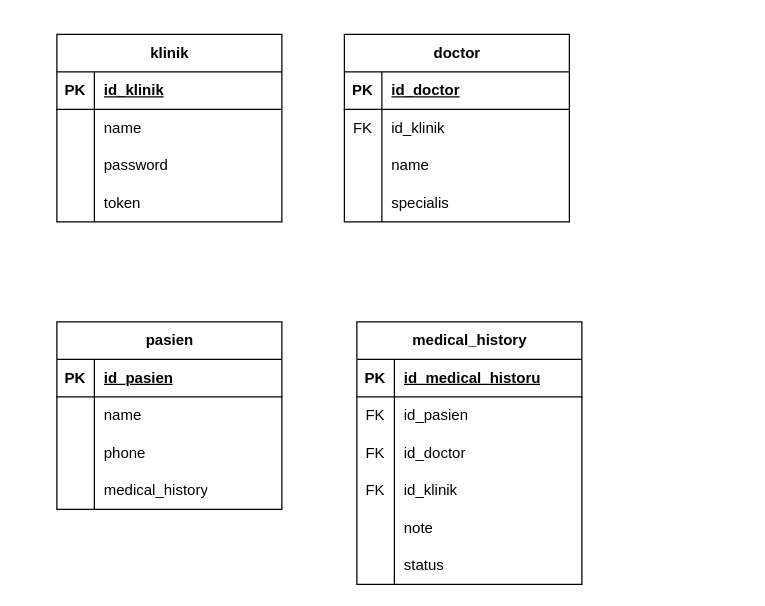
The draw.io diagram erd_klinik.drawio in rrahmatn/dfd_erd_uml, before the edit. Source tidied: cells renumbered, new cells numbered last; positions are measured from the earlier drawing's top-left corner, leaving out a move shared by most shapes. Both pictures are drawn from the tidied source at 125%, with x=0, y=0 at pixel (56, 34).
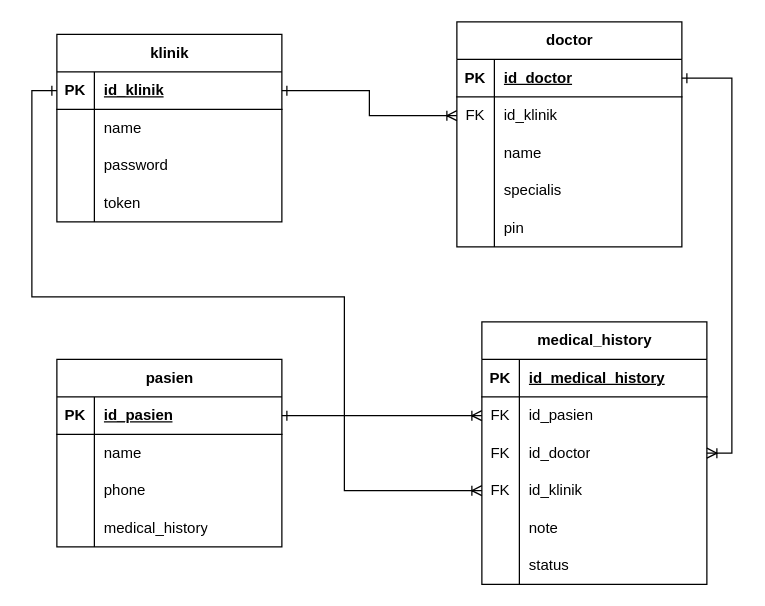
Above is the later version.

Unchanged cells that the change refers to:
```xml
<mxCell id="3" style="shape=tableRow;horizontal=0;startSize=0;swimlaneHead=0;swimlaneBody=0;fillColor=none;points=[[0,0.5],[1,0.5]];portConstraint=eastwest;top=0;left=0;right=0;bottom=1;" parent="2" vertex="1">
  <mxGeometry y="30" width="180" height="30" as="geometry" />
</mxCell>
<mxCell id="16" style="shape=tableRow;horizontal=0;startSize=0;swimlaneHead=0;swimlaneBody=0;fillColor=none;points=[[0,0.5],[1,0.5]];portConstraint=eastwest;top=0;left=0;right=0;bottom=1;" parent="15" vertex="1">
  <mxGeometry y="30" width="180" height="30" as="geometry" />
</mxCell>
<mxCell id="19" style="shape=tableRow;horizontal=0;startSize=0;swimlaneHead=0;swimlaneBody=0;fillColor=none;points=[[0,0.5],[1,0.5]];portConstraint=eastwest;top=0;left=0;right=0;bottom=0;" parent="15" vertex="1">
  <mxGeometry y="60" width="180" height="30" as="geometry" />
</mxCell>
<mxCell id="29" style="shape=tableRow;horizontal=0;startSize=0;swimlaneHead=0;swimlaneBody=0;fillColor=none;points=[[0,0.5],[1,0.5]];portConstraint=eastwest;top=0;left=0;right=0;bottom=1;" parent="28" vertex="1">
  <mxGeometry y="30" width="180" height="30" as="geometry" />
</mxCell>
<mxCell id="42" style="shape=tableRow;horizontal=0;startSize=0;swimlaneHead=0;swimlaneBody=0;fillColor=none;top=0;left=0;right=0;bottom=1;" parent="41" vertex="1">
  <mxGeometry y="30" width="180" height="30" as="geometry" />
</mxCell>
<mxCell id="45" style="shape=tableRow;horizontal=0;startSize=0;swimlaneHead=0;swimlaneBody=0;fillColor=none;points=[[0,0.5],[1,0.5]];portConstraint=eastwest;top=0;left=0;right=0;bottom=0;" parent="41" vertex="1">
  <mxGeometry y="60" width="180" height="30" as="geometry" />
</mxCell>
<mxCell id="48" style="shape=tableRow;horizontal=0;startSize=0;swimlaneHead=0;swimlaneBody=0;fillColor=none;points=[[0,0.5],[1,0.5]];portConstraint=eastwest;top=0;left=0;right=0;bottom=0;" parent="41" vertex="1">
  <mxGeometry y="90" width="180" height="30" as="geometry" />
</mxCell>
<mxCell id="51" style="shape=tableRow;horizontal=0;startSize=0;swimlaneHead=0;swimlaneBody=0;fillColor=none;points=[[0,0.5],[1,0.5]];portConstraint=eastwest;top=0;left=0;right=0;bottom=0;" parent="41" vertex="1">
  <mxGeometry y="120" width="180" height="30" as="geometry" />
</mxCell>
```

Change to the diagram source:
```diff
@@
     <mxCell id="15" value="doctor" style="shape=table;startSize=30;childLayout=tableLayout;rowLines=0;fontStyle=1;align=center;html=1;" parent="1" vertex="1">
-      <mxGeometry x="230" width="180" height="150" as="geometry" />
+      <mxGeometry x="320" y="-10" width="180" height="180" as="geometry" />
     </mxCell>
@@
+    <mxCell id="60" style="shape=tableRow;horizontal=0;startSize=0;swimlaneHead=0;swimlaneBody=0;fillColor=none;top=0;left=0;right=0;bottom=0;" parent="15" vertex="1">
+      <mxGeometry y="150" width="180" height="30" as="geometry" />
+    </mxCell>
+    <mxCell id="61" style="shape=partialRectangle;fillColor=none;top=0;left=0;bottom=0;right=0;overflow=hidden;whiteSpace=wrap;html=1;" parent="60" vertex="1">
+      <mxGeometry width="30" height="30" as="geometry" />
+    </mxCell>
+    <mxCell id="62" value="pin" style="shape=partialRectangle;fillColor=none;top=0;left=0;bottom=0;right=0;align=left;spacingLeft=6;overflow=hidden;whiteSpace=wrap;html=1;" parent="60" vertex="1">
+      <mxGeometry x="30" width="150" height="30" as="geometry" />
+    </mxCell>
     <mxCell id="28" value="pasien" style="shape=table;startSize=30;childLayout=tableLayout;rowLines=0;fontStyle=1;align=center;html=1;" parent="1" vertex="1">
-      <mxGeometry y="230" width="180" height="150" as="geometry" />
+      <mxGeometry y="260" width="180" height="150" as="geometry" />
     </mxCell>
@@
     <mxCell id="41" value="medical_history" style="shape=table;startSize=30;childLayout=tableLayout;rowLines=0;fontStyle=1;align=center;html=1;" parent="1" vertex="1">
-      <mxGeometry x="240" y="230" width="180" height="210" as="geometry" />
+      <mxGeometry x="340" y="230" width="180" height="210" as="geometry" />
     </mxCell>
@@
-    <mxCell id="44" value="id_medical_historu" style="shape=partialRectangle;fillColor=none;top=0;left=0;bottom=0;right=0;align=left;spacingLeft=6;fontStyle=5;overflow=hidden;whiteSpace=wrap;html=1;" parent="42" vertex="1">
+    <mxCell id="44" value="id_medical_history" style="shape=partialRectangle;fillColor=none;top=0;left=0;bottom=0;right=0;align=left;spacingLeft=6;fontStyle=5;overflow=hidden;whiteSpace=wrap;html=1;" parent="42" vertex="1">
       <mxGeometry x="30" width="150" height="30" as="geometry" />
     </mxCell>
@@
+    <mxCell id="63" style="edgeStyle=orthogonalEdgeStyle;rounded=0;jettySize=auto;html=1;exitX=1;exitY=0.5;exitDx=0;exitDy=0;entryX=0;entryY=0.5;entryDx=0;entryDy=0;endArrow=ERoneToMany;endFill=0;startArrow=ERone;startFill=0;" parent="1" edge="1" source="3" target="19">
+      <mxGeometry relative="1" as="geometry">
+        <Array as="points">
+          <mxPoint x="250" y="45" />
+          <mxPoint x="250" y="65" />
+        </Array>
+      </mxGeometry>
+    </mxCell>
+    <mxCell id="64" style="edgeStyle=orthogonalEdgeStyle;rounded=0;jettySize=auto;html=1;entryX=1;entryY=0.5;entryDx=0;entryDy=0;startArrow=ERone;startFill=0;endArrow=ERoneToMany;endFill=0;" parent="1" edge="1" source="16" target="48">
+      <mxGeometry relative="1" as="geometry" />
+    </mxCell>
+    <mxCell id="65" style="edgeStyle=orthogonalEdgeStyle;rounded=0;jettySize=auto;html=1;exitX=0;exitY=0.5;exitDx=0;exitDy=0;entryX=0;entryY=0.5;entryDx=0;entryDy=0;startArrow=ERone;startFill=0;endArrow=ERoneToMany;endFill=0;" parent="1" edge="1" source="3" target="51">
+      <mxGeometry relative="1" as="geometry">
+        <Array as="points">
+          <mxPoint x="-20" y="45" />
+          <mxPoint x="-20" y="210" />
+          <mxPoint x="230" y="210" />
+          <mxPoint x="230" y="365" />
+        </Array>
+      </mxGeometry>
+    </mxCell>
+    <mxCell id="66" style="edgeStyle=orthogonalEdgeStyle;rounded=0;jettySize=auto;html=1;exitX=1;exitY=0.5;exitDx=0;exitDy=0;entryX=0;entryY=0.5;entryDx=0;entryDy=0;startArrow=ERone;startFill=0;endArrow=ERoneToMany;endFill=0;" parent="1" edge="1" source="29" target="45">
+      <mxGeometry relative="1" as="geometry" />
+    </mxCell>
```
